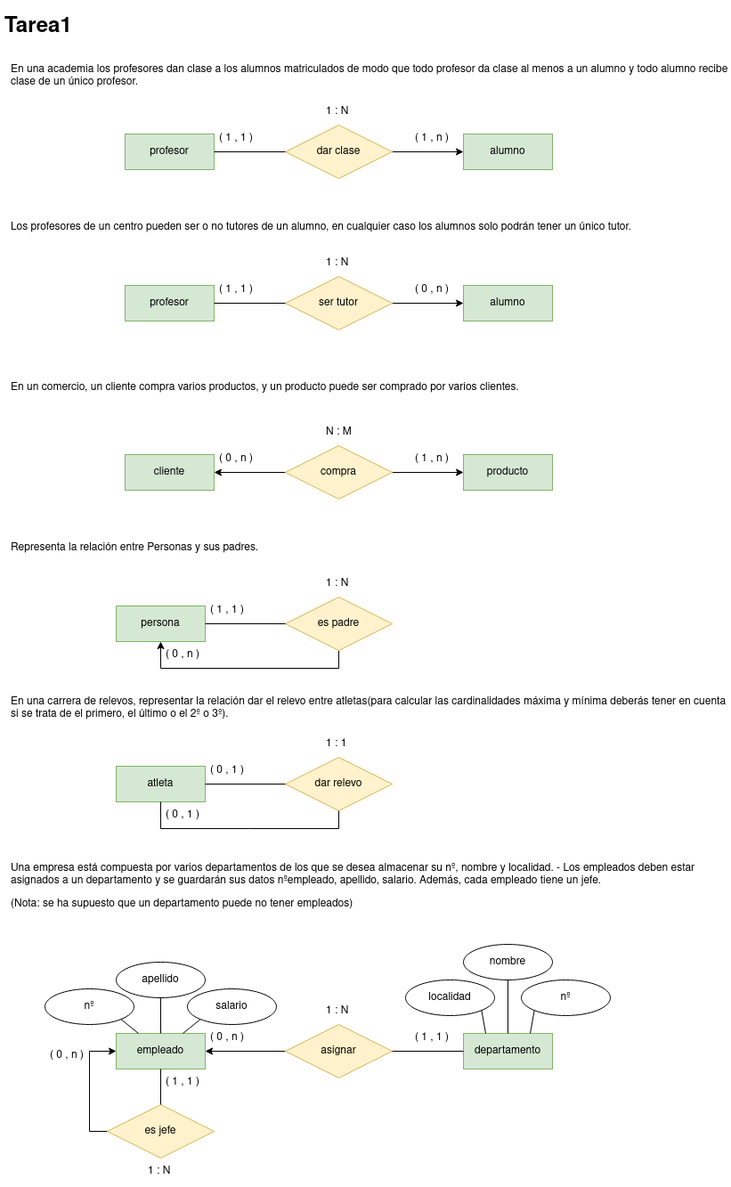
Above: tareasER/tarea1.png in javigh193/bae (draw.io), before the change. Source tidied: cells renumbered, new cells last; positions are measured from the earlier drawing's top-left corner, leaving out a move shared by most shapes.
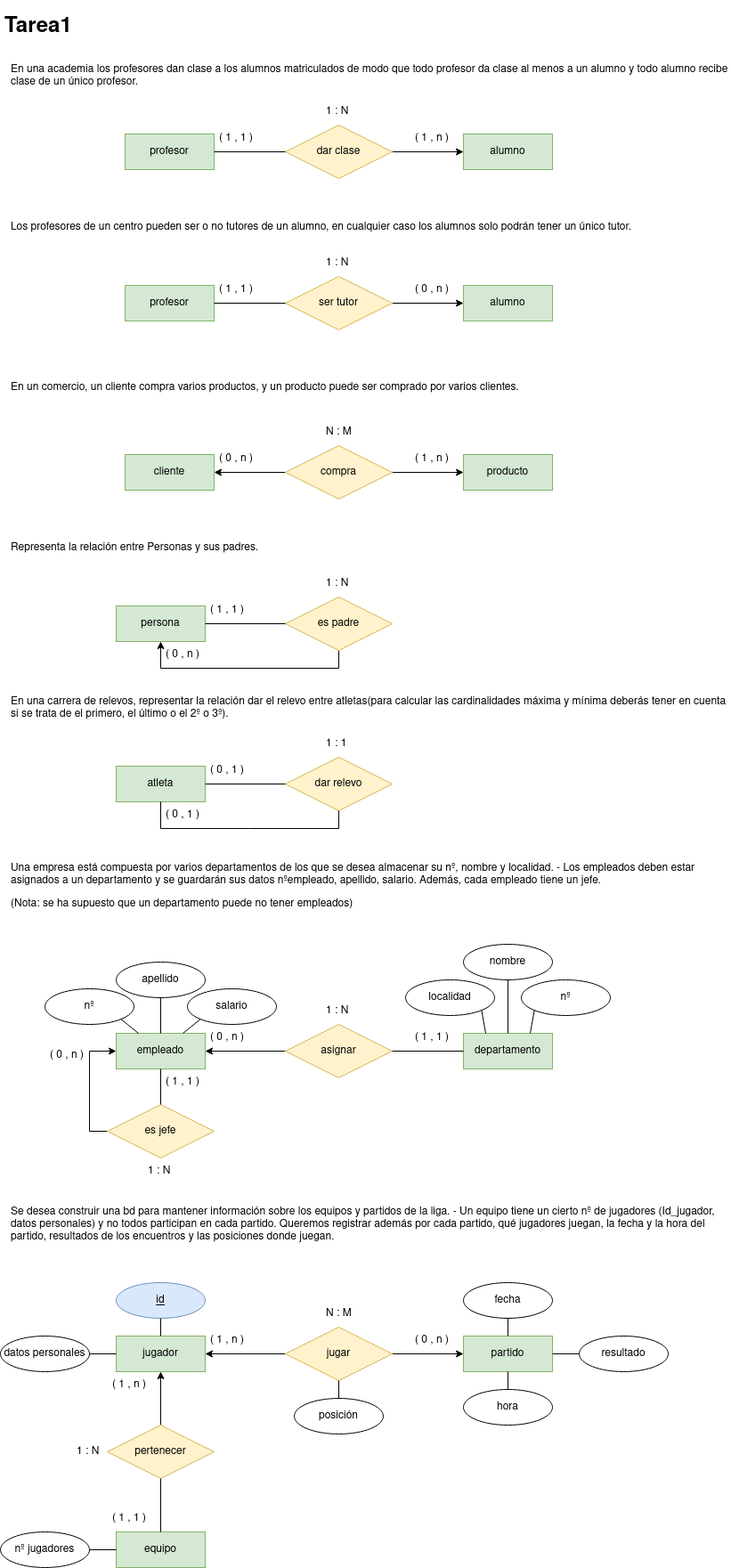
Later version of the same file.

What changed in the source:
```diff
@@ -231,5 +231,95 @@
     <mxCell id="72" value="( 0 , n )" style="text;strokeColor=none;fillColor=none;spacingLeft=4;spacingRight=4;overflow=hidden;fontSize=12;" parent="1" vertex="1">
       <mxGeometry x="50" y="1160" width="60" height="30" as="geometry" />
     </mxCell>
+    <mxCell id="73" value="Se desea construir una bd para mantener información sobre los equipos y partidos de la liga. - Un equipo tiene un cierto nº de jugadores (Id_jugador, datos personales) y no todos participan en cada partido. Queremos registrar además por cada partido, qué jugadores juegan, la fecha y la hora del partido, resultados de los encuentros y las posiciones donde juegan." style="text;html=1;strokeColor=none;fillColor=none;align=left;verticalAlign=middle;whiteSpace=wrap;rounded=0;" parent="1" vertex="1">
+      <mxGeometry x="10" y="1330" width="810" height="70" as="geometry" />
+    </mxCell>
+    <mxCell id="74" value="jugador" style="whiteSpace=wrap;html=1;align=center;fillColor=#d5e8d4;strokeColor=#82b366;" parent="1" vertex="1">
+      <mxGeometry x="130" y="1490" width="100" height="40" as="geometry" />
+    </mxCell>
+    <mxCell id="75" value="partido" style="whiteSpace=wrap;html=1;align=center;fillColor=#d5e8d4;strokeColor=#82b366;" parent="1" vertex="1">
+      <mxGeometry x="520" y="1490" width="100" height="40" as="geometry" />
+    </mxCell>
+    <mxCell id="76" value="equipo" style="whiteSpace=wrap;html=1;align=center;fillColor=#d5e8d4;strokeColor=#82b366;" parent="1" vertex="1">
+      <mxGeometry x="130" y="1710" width="100" height="40" as="geometry" />
+    </mxCell>
+    <mxCell id="77" style="edgeStyle=orthogonalEdgeStyle;rounded=0;jettySize=auto;html=1;entryX=1;entryY=0.5;entryDx=0;entryDy=0;" parent="1" edge="1" source="79" target="74">
+      <mxGeometry relative="1" as="geometry" />
+    </mxCell>
+    <mxCell id="78" style="edgeStyle=orthogonalEdgeStyle;rounded=0;jettySize=auto;html=1;entryX=0;entryY=0.5;entryDx=0;entryDy=0;" parent="1" edge="1" source="79" target="75">
+      <mxGeometry relative="1" as="geometry" />
+    </mxCell>
+    <mxCell id="79" value="jugar" style="shape=rhombus;perimeter=rhombusPerimeter;whiteSpace=wrap;html=1;align=center;fillColor=#fff2cc;strokeColor=#d6b656;" parent="1" vertex="1">
+      <mxGeometry x="320" y="1480" width="120" height="60" as="geometry" />
+    </mxCell>
+    <mxCell id="80" style="edgeStyle=orthogonalEdgeStyle;rounded=0;jettySize=auto;html=1;entryX=0.5;entryY=1;entryDx=0;entryDy=0;" parent="1" edge="1" source="81" target="74">
+      <mxGeometry relative="1" as="geometry" />
+    </mxCell>
+    <mxCell id="81" value="pertenecer" style="shape=rhombus;perimeter=rhombusPerimeter;whiteSpace=wrap;html=1;align=center;fillColor=#fff2cc;strokeColor=#d6b656;" parent="1" vertex="1">
+      <mxGeometry x="120" y="1590" width="120" height="60" as="geometry" />
+    </mxCell>
+    <mxCell id="82" style="endArrow=none;html=1;rounded=0;exitX=0.5;exitY=1;exitDx=0;exitDy=0;entryX=0.5;entryY=0;entryDx=0;entryDy=0;" parent="1" edge="1" source="81" target="76">
+      <mxGeometry relative="1" as="geometry" />
+    </mxCell>
+    <mxCell id="83" value="1 : N" style="text;strokeColor=none;fillColor=none;spacingLeft=4;spacingRight=4;overflow=hidden;fontSize=12;" parent="1" vertex="1">
+      <mxGeometry x="80" y="1605" width="40" height="30" as="geometry" />
+    </mxCell>
+    <mxCell id="84" value="( 1 , 1 )" style="text;strokeColor=none;fillColor=none;spacingLeft=4;spacingRight=4;overflow=hidden;fontSize=12;" parent="1" vertex="1">
+      <mxGeometry x="120" y="1680" width="60" height="30" as="geometry" />
+    </mxCell>
+    <mxCell id="85" value="( 1 , n )" style="text;strokeColor=none;fillColor=none;spacingLeft=4;spacingRight=4;overflow=hidden;fontSize=12;" parent="1" vertex="1">
+      <mxGeometry x="120" y="1530" width="60" height="30" as="geometry" />
+    </mxCell>
+    <mxCell id="86" value="( 0 , n )" style="text;strokeColor=none;fillColor=none;spacingLeft=4;spacingRight=4;overflow=hidden;fontSize=12;" parent="1" vertex="1">
+      <mxGeometry x="460" y="1480" width="60" height="30" as="geometry" />
+    </mxCell>
+    <mxCell id="87" value="( 1 , n )" style="text;strokeColor=none;fillColor=none;spacingLeft=4;spacingRight=4;overflow=hidden;fontSize=12;" parent="1" vertex="1">
+      <mxGeometry x="230" y="1480" width="60" height="30" as="geometry" />
+    </mxCell>
+    <mxCell id="88" value="N : M" style="text;strokeColor=none;fillColor=none;spacingLeft=4;spacingRight=4;overflow=hidden;fontSize=12;" parent="1" vertex="1">
+      <mxGeometry x="360" y="1450" width="40" height="30" as="geometry" />
+    </mxCell>
+    <mxCell id="89" value="id" style="ellipse;whiteSpace=wrap;html=1;align=center;fillColor=#dae8fc;strokeColor=#6c8ebf;fontStyle=4;" parent="1" vertex="1">
+      <mxGeometry x="130" y="1430" width="100" height="40" as="geometry" />
+    </mxCell>
+    <mxCell id="90" style="endArrow=none;html=1;rounded=0;exitX=0.5;exitY=1;exitDx=0;exitDy=0;entryX=0.5;entryY=0;entryDx=0;entryDy=0;" parent="1" edge="1" source="89" target="74">
+      <mxGeometry relative="1" as="geometry" />
+    </mxCell>
+    <mxCell id="91" value="datos personales" style="ellipse;whiteSpace=wrap;html=1;align=center;" parent="1" vertex="1">
+      <mxGeometry y="1490" width="100" height="40" as="geometry" />
+    </mxCell>
+    <mxCell id="92" style="endArrow=none;html=1;rounded=0;exitX=1;exitY=0.5;exitDx=0;exitDy=0;entryX=0;entryY=0.5;entryDx=0;entryDy=0;" parent="1" edge="1" source="91" target="74">
+      <mxGeometry relative="1" as="geometry" />
+    </mxCell>
+    <mxCell id="93" value="&lt;div&gt;fecha&lt;/div&gt;" style="ellipse;whiteSpace=wrap;html=1;align=center;" parent="1" vertex="1">
+      <mxGeometry x="520" y="1430" width="100" height="40" as="geometry" />
+    </mxCell>
+    <mxCell id="94" value="hora" style="ellipse;whiteSpace=wrap;html=1;align=center;" parent="1" vertex="1">
+      <mxGeometry x="520" y="1550" width="100" height="40" as="geometry" />
+    </mxCell>
+    <mxCell id="95" value="resultado" style="ellipse;whiteSpace=wrap;html=1;align=center;" parent="1" vertex="1">
+      <mxGeometry x="650" y="1490" width="100" height="40" as="geometry" />
+    </mxCell>
+    <mxCell id="96" value="posición" style="ellipse;whiteSpace=wrap;html=1;align=center;" parent="1" vertex="1">
+      <mxGeometry x="330" y="1560" width="100" height="40" as="geometry" />
+    </mxCell>
+    <mxCell id="97" style="endArrow=none;html=1;rounded=0;exitX=0.5;exitY=1;exitDx=0;exitDy=0;entryX=0.5;entryY=0;entryDx=0;entryDy=0;" parent="1" edge="1" source="79" target="96">
+      <mxGeometry relative="1" as="geometry" />
+    </mxCell>
+    <mxCell id="98" style="endArrow=none;html=1;rounded=0;exitX=0.5;exitY=1;exitDx=0;exitDy=0;entryX=0.5;entryY=0;entryDx=0;entryDy=0;" parent="1" edge="1" source="93" target="75">
+      <mxGeometry relative="1" as="geometry" />
+    </mxCell>
+    <mxCell id="99" style="endArrow=none;html=1;rounded=0;exitX=0.5;exitY=0;exitDx=0;exitDy=0;entryX=0.5;entryY=1;entryDx=0;entryDy=0;" parent="1" edge="1" source="94" target="75">
+      <mxGeometry relative="1" as="geometry" />
+    </mxCell>
+    <mxCell id="100" style="endArrow=none;html=1;rounded=0;exitX=1;exitY=0.5;exitDx=0;exitDy=0;entryX=0;entryY=0.5;entryDx=0;entryDy=0;" parent="1" edge="1" source="75" target="95">
+      <mxGeometry relative="1" as="geometry" />
+    </mxCell>
+    <mxCell id="101" value="nº jugadores" style="ellipse;whiteSpace=wrap;html=1;align=center;" parent="1" vertex="1">
+      <mxGeometry y="1710" width="100" height="40" as="geometry" />
+    </mxCell>
+    <mxCell id="102" style="endArrow=none;html=1;rounded=0;exitX=1;exitY=0.5;exitDx=0;exitDy=0;entryX=0;entryY=0.5;entryDx=0;entryDy=0;" parent="1" edge="1" source="101" target="76">
+      <mxGeometry relative="1" as="geometry" />
+    </mxCell>
   </root>
 </mxGraphModel>
```
